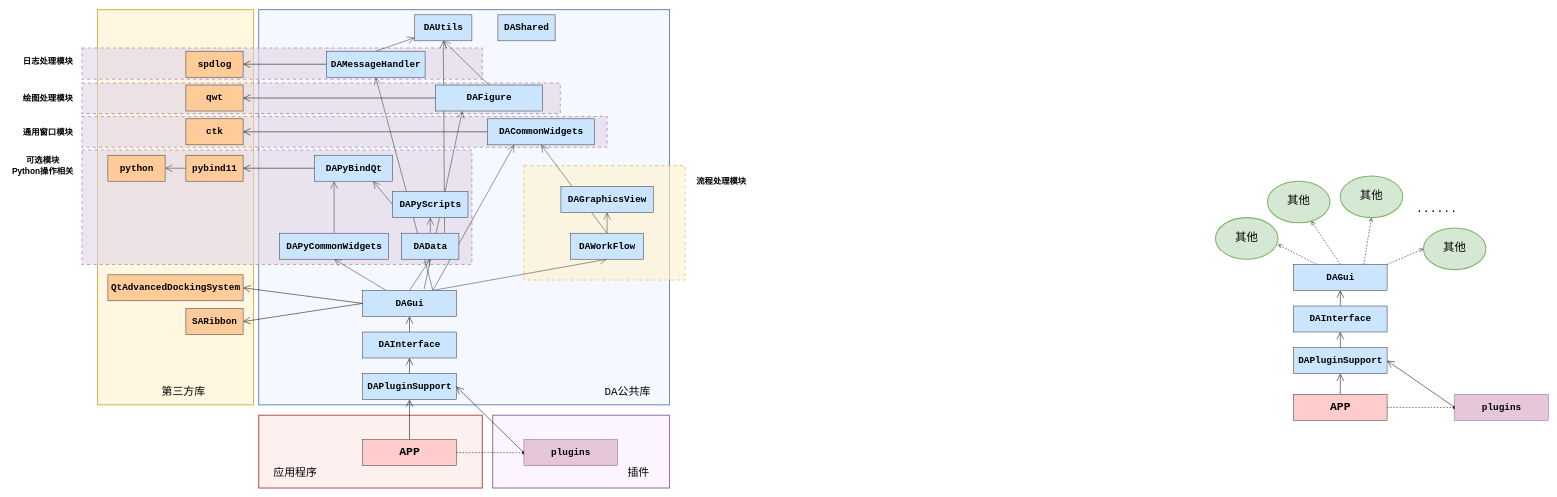
Above: page "模块依赖关系" (1 of 5) of doc/zh/drawio/data-work-flow-uml.drawio in czyt1988/data-workbench (draw.io), before the change. Source tidied: cells renumbered, new cells numbered last; positions are measured from the earlier drawing's top-left corner, leaving out a move shared by most shapes. Both pictures are drawn from the tidied source at 52%, with x=0, y=0 at pixel (9, 9).
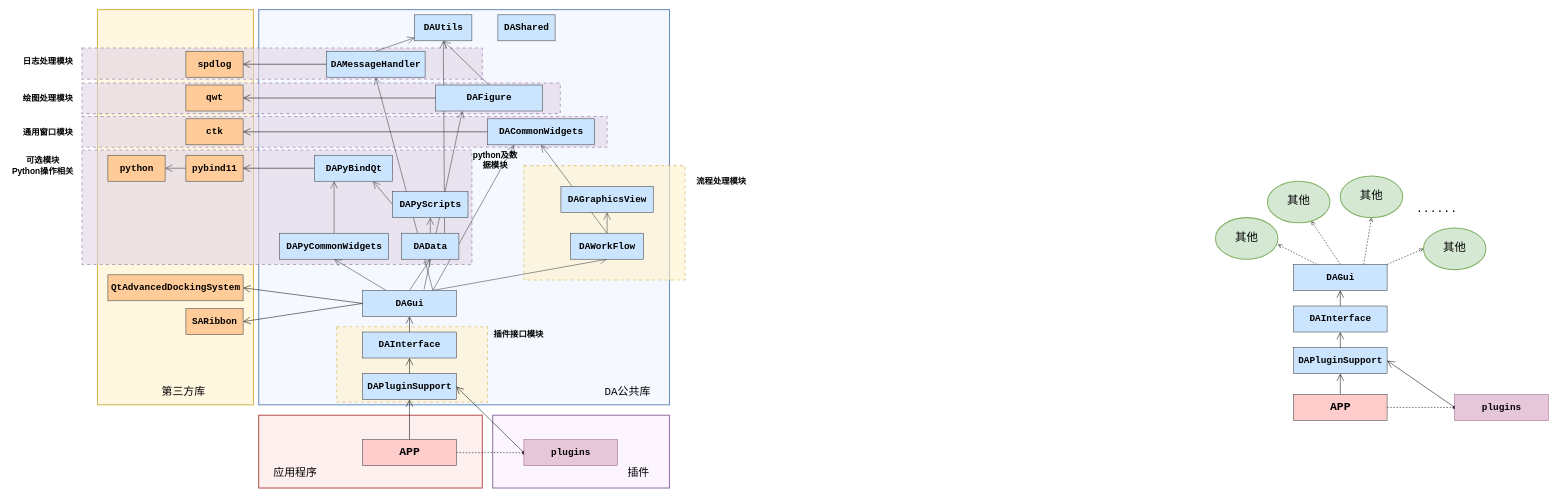
The same diagram, later.

What changed in the source:
```diff
@@
+    <mxCell id="88" style="rounded=0;whiteSpace=wrap;html=1;fillColor=#fff2cc;strokeColor=#d6b656;dashed=1;strokeWidth=2;perimeterSpacing=0;opacity=60;" parent="1" vertex="1">
+      <mxGeometry x="630" y="610" width="290" height="145" as="geometry" />
+    </mxCell>
@@
+    <mxCell id="89" value="插件接口模块" style="text;html=1;strokeColor=none;fillColor=none;align=center;verticalAlign=middle;whiteSpace=wrap;rounded=0;dashed=1;fontSize=16;fontStyle=1;" parent="1" vertex="1">
+      <mxGeometry x="920" y="610" width="120" height="30" as="geometry" />
+    </mxCell>
+    <mxCell id="90" value="python及数据模块" style="text;html=1;strokeColor=none;fillColor=none;align=center;verticalAlign=middle;whiteSpace=wrap;rounded=0;dashed=1;fontSize=16;fontStyle=1;" parent="1" vertex="1">
+      <mxGeometry x="890" y="270" width="90" height="40" as="geometry" />
+    </mxCell>
```
